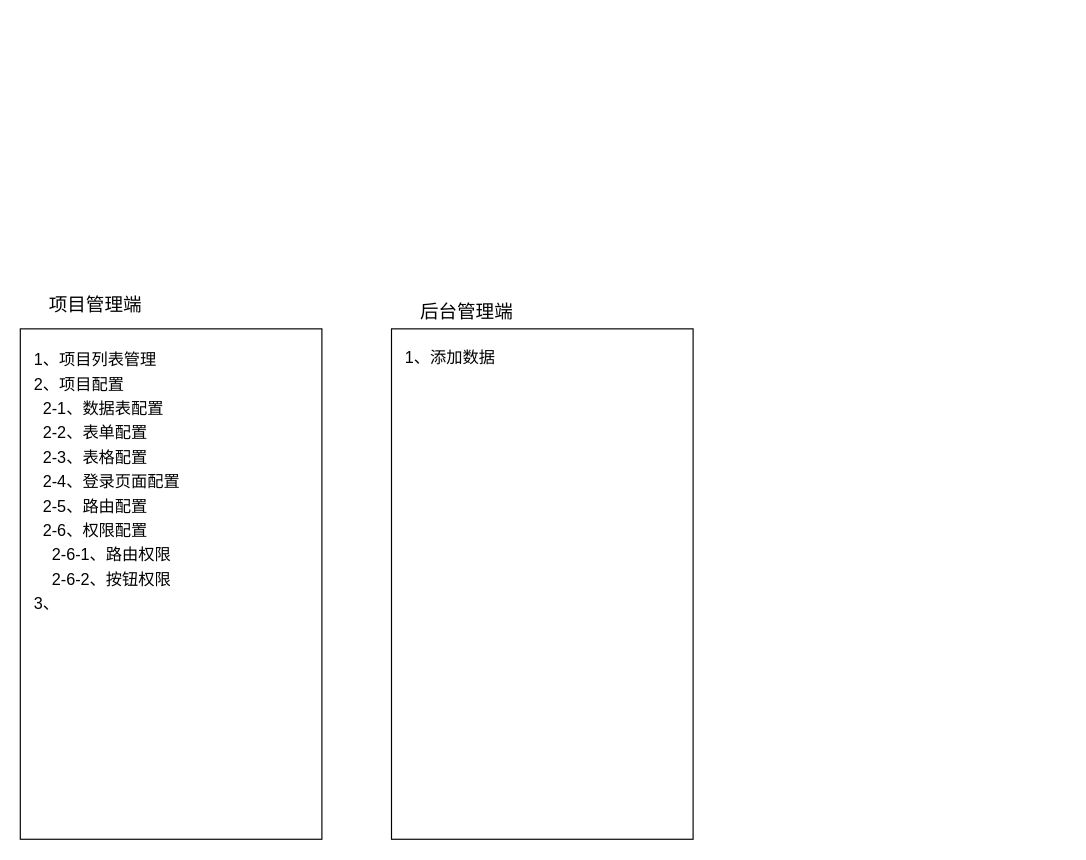
Earlier version of the draw.io diagram drawio/项目管理端.drawio (bin-9527/pms-prd). Source tidied: cells renumbered, new cells numbered last; positions are measured from the earlier drawing's top-left corner, leaving out a move shared by most shapes. Both pictures are drawn from the tidied source at 116%, with x=0, y=0 at pixel (20, 287).
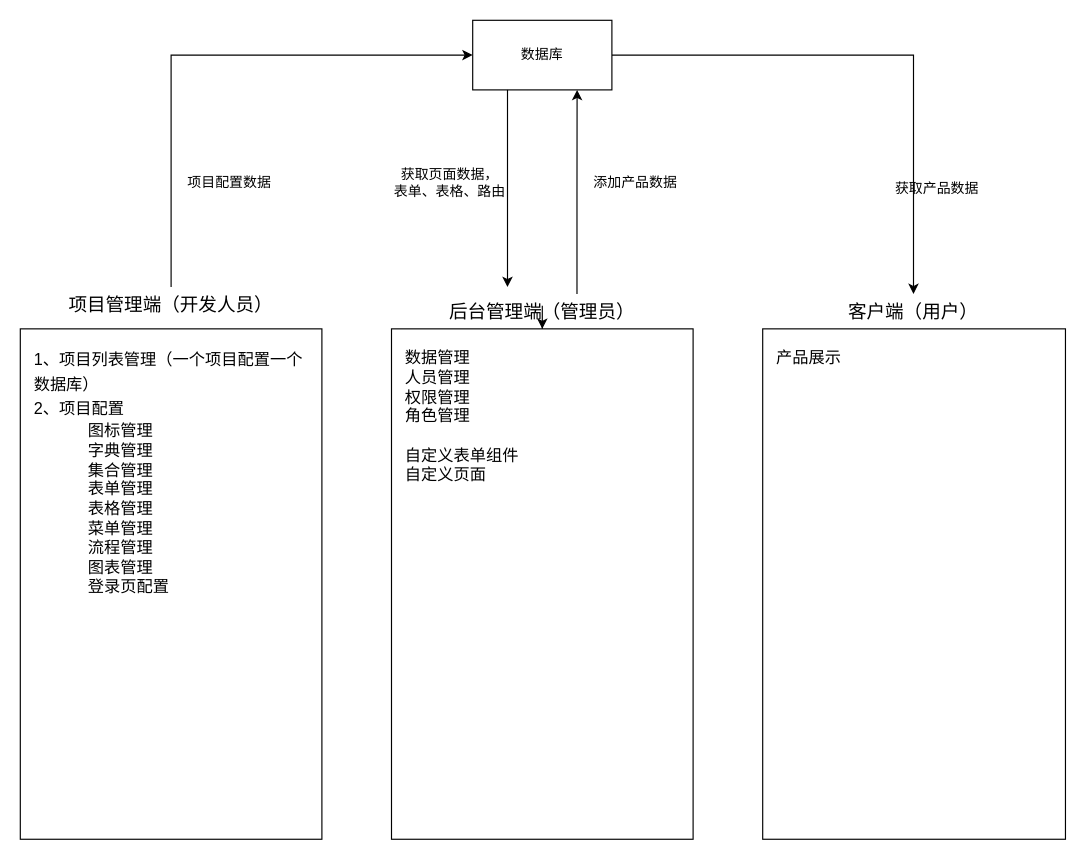
The same page after the edit.

Commit message:
更新项目管理端.drawio

Change to the diagram source:
```diff
@@
 <mxGraphModel>
   <root>
     <mxCell id="0" />
     <mxCell id="1" parent="0" />
-    <mxCell id="2" value="&lt;span style=&quot;background-color: initial; line-height: 150%;&quot;&gt;1、项目列表管理&lt;/span&gt;&lt;br&gt;&lt;span style=&quot;background-color: initial; line-height: 150%;&quot;&gt;2、项目配置&lt;/span&gt;&lt;br&gt;&lt;span style=&quot;background-color: initial; line-height: 150%;&quot;&gt;&amp;nbsp; 2-1、数据表配置&lt;/span&gt;&lt;br&gt;&lt;span style=&quot;background-color: initial; line-height: 150%;&quot;&gt;&amp;nbsp; 2-2、表单配置&lt;/span&gt;&lt;br&gt;&lt;span style=&quot;background-color: initial; line-height: 150%;&quot;&gt;&amp;nbsp; 2-3、表格配置&lt;/span&gt;&lt;br&gt;&lt;span style=&quot;background-color: initial; line-height: 150%;&quot;&gt;&amp;nbsp; 2-4、登录页面配置&lt;/span&gt;&lt;br&gt;&lt;span style=&quot;background-color: initial; line-height: 150%;&quot;&gt;&amp;nbsp; 2-5、路由配置&lt;/span&gt;&lt;div style=&quot;line-height: 150%;&quot;&gt;&amp;nbsp; 2-6、权限配置&lt;/div&gt;&lt;div style=&quot;line-height: 150%;&quot;&gt;&amp;nbsp; &amp;nbsp; 2-6-1、路由权限&lt;/div&gt;&lt;div style=&quot;line-height: 150%;&quot;&gt;&amp;nbsp; &amp;nbsp; 2-6-2、按钮权限&lt;br&gt;&lt;div&gt;&lt;span style=&quot;background-color: initial;&quot;&gt;3、&lt;/span&gt;&lt;/div&gt;&lt;/div&gt;" style="rounded=0;whiteSpace=wrap;html=1;align=left;verticalAlign=top;fontSize=14;spacing=12;" parent="1" vertex="1">
+    <mxCell id="2" value="&lt;span style=&quot;background-color: initial; line-height: 150%;&quot;&gt;1、项目列表管理（一个项目配置一个数据库）&lt;/span&gt;&lt;br&gt;&lt;span style=&quot;background-color: initial; line-height: 150%;&quot;&gt;2、项目配置&lt;/span&gt;&lt;div&gt;&amp;nbsp; &amp;nbsp; &amp;nbsp; &amp;nbsp; &amp;nbsp; &amp;nbsp; 图标管理&lt;/div&gt;&lt;div&gt;&amp;nbsp; &amp;nbsp; &amp;nbsp; &amp;nbsp; &amp;nbsp; &amp;nbsp; 字典管理&lt;/div&gt;&lt;div&gt;&amp;nbsp; &amp;nbsp; &amp;nbsp; &amp;nbsp; &amp;nbsp; &amp;nbsp; 集合管理&lt;/div&gt;&lt;div&gt;&amp;nbsp; &amp;nbsp; &amp;nbsp; &amp;nbsp; &amp;nbsp; &amp;nbsp; 表单管理&lt;/div&gt;&lt;div&gt;&amp;nbsp; &amp;nbsp; &amp;nbsp; &amp;nbsp; &amp;nbsp; &amp;nbsp; 表格管理&lt;/div&gt;&lt;div&gt;&amp;nbsp; &amp;nbsp; &amp;nbsp; &amp;nbsp; &amp;nbsp; &amp;nbsp; 菜单管理&lt;/div&gt;&lt;div&gt;&amp;nbsp; &amp;nbsp; &amp;nbsp; &amp;nbsp; &amp;nbsp; &amp;nbsp; 流程管理&lt;/div&gt;&lt;div&gt;&amp;nbsp; &amp;nbsp; &amp;nbsp; &amp;nbsp; &amp;nbsp; &amp;nbsp; 图表管理&lt;/div&gt;&lt;div&gt;&amp;nbsp; &amp;nbsp; &amp;nbsp; &amp;nbsp; &amp;nbsp; &amp;nbsp; 登录页配置&lt;/div&gt;&lt;div&gt;&lt;br&gt;&lt;/div&gt;" style="rounded=0;whiteSpace=wrap;html=1;align=left;verticalAlign=top;fontSize=14;spacing=12;" parent="1" vertex="1">
       <mxGeometry y="36" width="260" height="440" as="geometry" />
     </mxCell>
+    <mxCell id="6" style="edgeStyle=orthogonalEdgeStyle;rounded=0;jettySize=auto;html=1;entryX=0;entryY=0.5;entryDx=0;entryDy=0;exitX=0.5;exitY=0;exitDx=0;exitDy=0;" parent="1" edge="1" source="3" target="12">
+      <mxGeometry relative="1" as="geometry">
+        <Array as="points">
+          <mxPoint x="130" y="-200" />
+        </Array>
+      </mxGeometry>
+    </mxCell>
-    <mxCell id="3" value="项目管理端" style="text;html=1;align=center;verticalAlign=middle;whiteSpace=wrap;rounded=0;fontSize=16;" parent="1" vertex="1">
-      <mxGeometry width="130" height="30" as="geometry" />
+    <mxCell id="3" value="项目管理端（开发人员）" style="text;html=1;align=center;verticalAlign=middle;whiteSpace=wrap;rounded=0;fontSize=16;" parent="1" vertex="1">
+      <mxGeometry width="260" height="30" as="geometry" />
     </mxCell>
+    <mxCell id="7" style="edgeStyle=orthogonalEdgeStyle;rounded=0;jettySize=auto;html=1;" parent="1" edge="1" source="4" target="5">
+      <mxGeometry relative="1" as="geometry" />
+    </mxCell>
+    <mxCell id="8" style="edgeStyle=orthogonalEdgeStyle;rounded=0;jettySize=auto;html=1;entryX=0.75;entryY=1;entryDx=0;entryDy=0;exitX=0.615;exitY=0;exitDx=0;exitDy=0;exitPerimeter=0;" parent="1" edge="1" source="4" target="12">
+      <mxGeometry relative="1" as="geometry" />
+    </mxCell>
-    <mxCell id="4" value="后台管理端" style="text;html=1;align=center;verticalAlign=middle;whiteSpace=wrap;rounded=0;fontSize=16;" parent="1" vertex="1">
-      <mxGeometry x="320" y="6" width="130" height="30" as="geometry" />
+    <mxCell id="4" value="后台管理端（管理员）" style="text;html=1;align=center;verticalAlign=middle;whiteSpace=wrap;rounded=0;fontSize=16;" parent="1" vertex="1">
+      <mxGeometry x="320" y="6" width="260" height="30" as="geometry" />
     </mxCell>
-    <mxCell id="5" value="1、添加数据" style="rounded=0;whiteSpace=wrap;html=1;align=left;verticalAlign=top;fontSize=14;spacing=12;" parent="1" vertex="1">
+    <mxCell id="5" value="数据管理&lt;div&gt;人员管理&lt;/div&gt;&lt;div&gt;权限管理&lt;/div&gt;&lt;div&gt;角色管理&lt;/div&gt;&lt;div&gt;&lt;br&gt;&lt;/div&gt;&lt;div&gt;自定义表单组件&lt;/div&gt;&lt;div&gt;自定义页面&lt;/div&gt;" style="rounded=0;whiteSpace=wrap;html=1;align=left;verticalAlign=top;fontSize=14;spacing=12;" parent="1" vertex="1">
       <mxGeometry x="320" y="36" width="260" height="440" as="geometry" />
     </mxCell>
+    <mxCell id="9" value="客户端（用户）" style="text;html=1;align=center;verticalAlign=middle;whiteSpace=wrap;rounded=0;fontSize=16;" parent="1" vertex="1">
+      <mxGeometry x="640" y="6" width="260" height="30" as="geometry" />
+    </mxCell>
+    <mxCell id="10" value="产品展示" style="rounded=0;whiteSpace=wrap;html=1;align=left;verticalAlign=top;fontSize=14;spacing=12;" parent="1" vertex="1">
+      <mxGeometry x="640" y="36" width="261" height="440" as="geometry" />
+    </mxCell>
+    <mxCell id="11" style="edgeStyle=orthogonalEdgeStyle;rounded=0;jettySize=auto;html=1;entryX=0.5;entryY=0;entryDx=0;entryDy=0;" parent="1" edge="1" source="12" target="9">
+      <mxGeometry relative="1" as="geometry" />
+    </mxCell>
+    <mxCell id="12" value="数据库" style="whiteSpace=wrap;html=1;" parent="1" vertex="1">
+      <mxGeometry x="390" y="-230" width="120" height="60" as="geometry" />
+    </mxCell>
+    <mxCell id="13" style="edgeStyle=orthogonalEdgeStyle;rounded=0;jettySize=auto;html=1;exitX=0.25;exitY=1;exitDx=0;exitDy=0;" parent="1" edge="1" source="12">
+      <mxGeometry relative="1" as="geometry">
+        <mxPoint x="420" as="targetPoint" />
+      </mxGeometry>
+    </mxCell>
+    <mxCell id="14" value="项目配置数据" style="text;html=1;align=center;verticalAlign=middle;strokeColor=none;fillColor=none;" parent="1" vertex="1">
+      <mxGeometry x="130" y="-105" width="100" height="30" as="geometry" />
+    </mxCell>
+    <mxCell id="15" value="获取页面数据，&lt;br&gt;表单、表格、路由" style="text;html=1;align=center;verticalAlign=middle;strokeColor=none;fillColor=none;" parent="1" vertex="1">
+      <mxGeometry x="310" y="-110" width="120" height="40" as="geometry" />
+    </mxCell>
+    <mxCell id="16" value="获取产品数据" style="text;html=1;align=center;verticalAlign=middle;strokeColor=none;fillColor=none;" parent="1" vertex="1">
+      <mxGeometry x="740" y="-100" width="100" height="30" as="geometry" />
+    </mxCell>
+    <mxCell id="17" value="添加产品数据" style="text;html=1;align=center;verticalAlign=middle;strokeColor=none;fillColor=none;" parent="1" vertex="1">
+      <mxGeometry x="480" y="-105" width="100" height="30" as="geometry" />
+    </mxCell>
   </root>
 </mxGraphModel>
```
